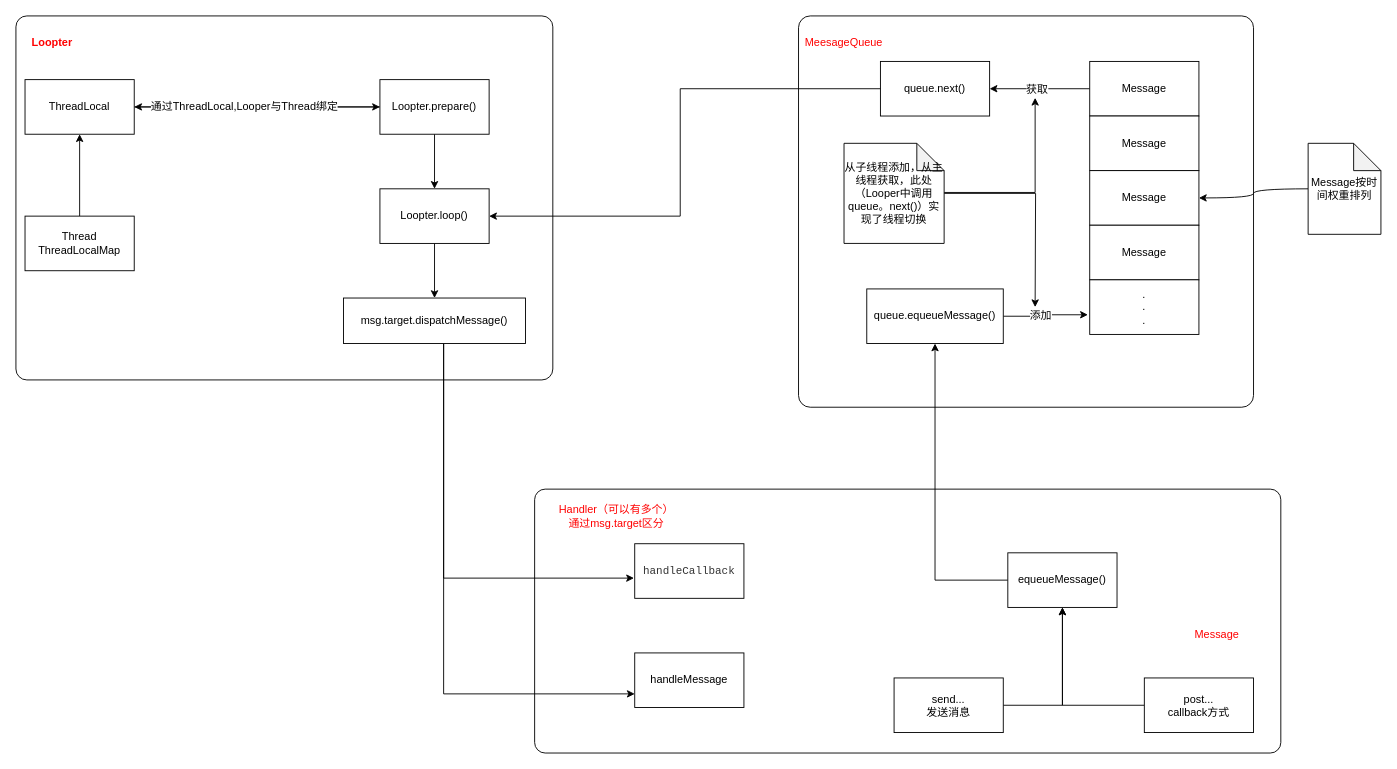
chinajpr/graphic keeps this draw.io diagram as Handler.drawio. Above is the earlier version. Source tidied: cells renumbered, new cells numbered last; positions are measured from the earlier drawing's top-left corner, leaving out a move shared by most shapes. Both pictures are drawn from the tidied source at 91%, with x=0, y=0 at pixel (15, 15).
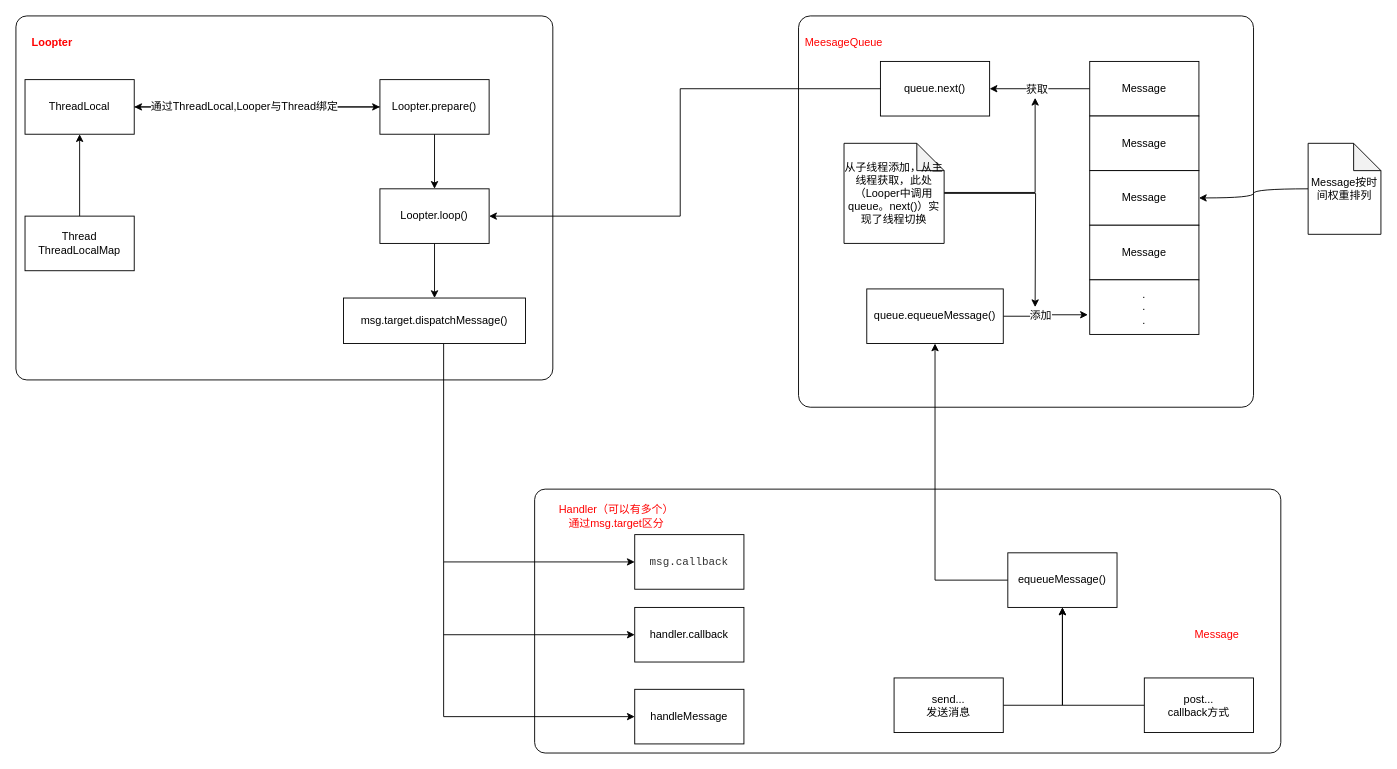
The same page after the edit.

The change refers to these unchanged cells:
```xml
<mxCell id="38" value="msg.target.dispatchMessage()" style="rounded=0;whiteSpace=wrap;html=1;" parent="1" vertex="1">
  <mxGeometry x="360" y="310" width="200" height="50" as="geometry" />
</mxCell>
```

Change to the diagram source:
```diff
@@
-    <mxCell id="36" style="edgeStyle=orthogonalEdgeStyle;rounded=0;jettySize=auto;html=1;entryX=-0.007;entryY=0.63;entryDx=0;entryDy=0;entryPerimeter=0;" parent="1" edge="1" source="38" target="39">
+    <mxCell id="36" style="edgeStyle=orthogonalEdgeStyle;rounded=0;jettySize=auto;html=1;entryX=0;entryY=0.5;entryDx=0;entryDy=0;" parent="1" edge="1" source="38" target="39">
       <mxGeometry relative="1" as="geometry">
         <Array as="points">
-          <mxPoint x="470" y="618" />
+          <mxPoint x="470" y="600" />
         </Array>
       </mxGeometry>
     </mxCell>
-    <mxCell id="37" style="edgeStyle=orthogonalEdgeStyle;rounded=0;jettySize=auto;html=1;entryX=0;entryY=0.75;entryDx=0;entryDy=0;" parent="1" edge="1" source="38" target="40">
-      <mxGeometry relative="1" as="geometry">
-        <Array as="points">
-          <mxPoint x="470" y="745" />
-        </Array>
-      </mxGeometry>
-    </mxCell>
@@
-    <mxCell id="39" value="&lt;font color=&quot;#333333&quot; face=&quot;SFMono-Regular, Consolas, Liberation Mono, Menlo, Courier, monospace, sans-serif&quot;&gt;handleCallback&lt;/font&gt;" style="rounded=0;whiteSpace=wrap;html=1;" parent="1" vertex="1">
-      <mxGeometry x="680" y="580" width="120" height="60" as="geometry" />
+    <mxCell id="39" value="&lt;font color=&quot;#333333&quot; face=&quot;SFMono-Regular, Consolas, Liberation Mono, Menlo, Courier, monospace, sans-serif&quot;&gt;msg.callback&lt;/font&gt;" style="rounded=0;whiteSpace=wrap;html=1;" parent="1" vertex="1">
+      <mxGeometry x="680" y="570" width="120" height="60" as="geometry" />
     </mxCell>
     <mxCell id="40" value="handleMessage" style="rounded=0;whiteSpace=wrap;html=1;" parent="1" vertex="1">
-      <mxGeometry x="680" y="700" width="120" height="60" as="geometry" />
+      <mxGeometry x="680" y="740" width="120" height="60" as="geometry" />
     </mxCell>
@@
+    <mxCell id="48" value="handler.callback" style="rounded=0;whiteSpace=wrap;html=1;" parent="1" vertex="1">
+      <mxGeometry x="680" y="650" width="120" height="60" as="geometry" />
+    </mxCell>
+    <mxCell id="49" style="endArrow=classic;html=1;entryX=0;entryY=0.5;entryDx=0;entryDy=0;" parent="1" edge="1" target="48">
+      <mxGeometry relative="1" as="geometry">
+        <mxPoint x="470" y="680" as="sourcePoint" />
+      </mxGeometry>
+    </mxCell>
+    <mxCell id="50" style="endArrow=none;html=1;" parent="1" edge="1">
+      <mxGeometry relative="1" as="geometry">
+        <mxPoint x="470" y="770" as="sourcePoint" />
+        <mxPoint x="470" y="600" as="targetPoint" />
+      </mxGeometry>
+    </mxCell>
+    <mxCell id="51" style="endArrow=classic;html=1;entryX=0;entryY=0.5;entryDx=0;entryDy=0;" parent="1" edge="1" target="40">
+      <mxGeometry relative="1" as="geometry">
+        <mxPoint x="470" y="770" as="sourcePoint" />
+      </mxGeometry>
+    </mxCell>
```
